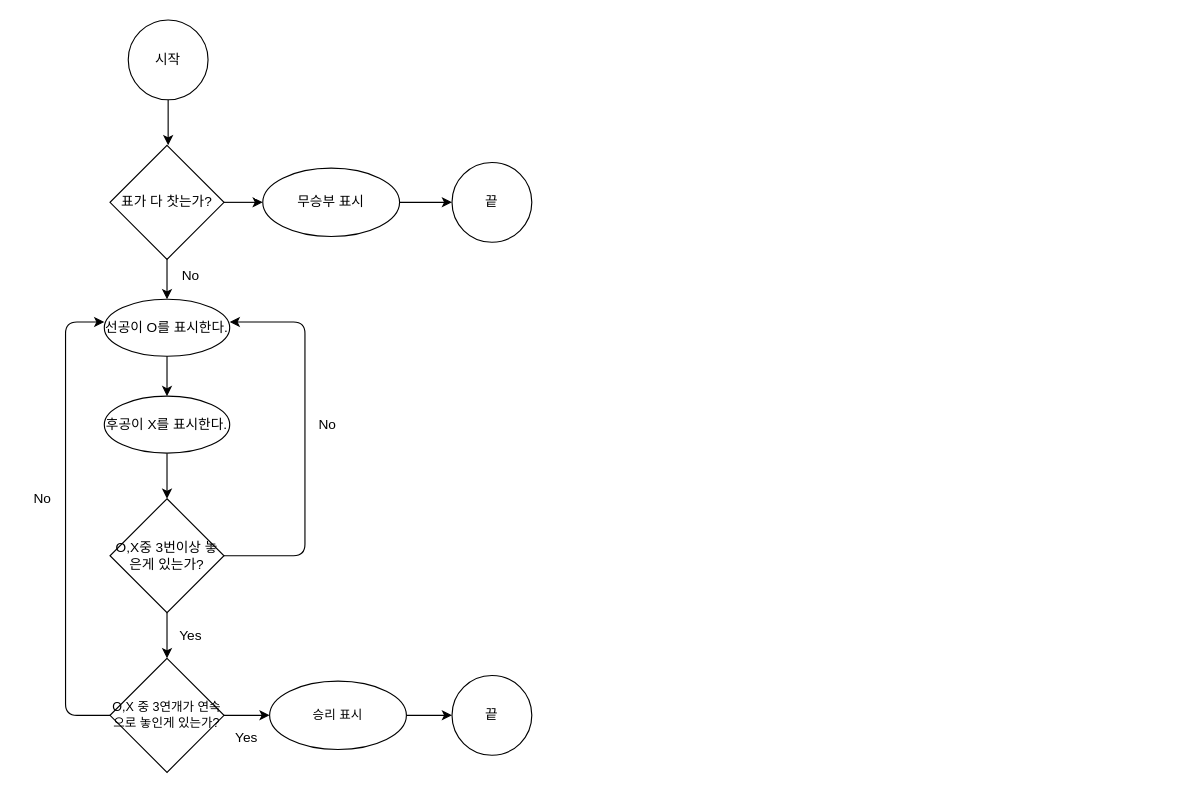
This is webGame/tictactoe/tictactoe.drawio from leesuun/vanilla-js, a draw.io file, before an edit. Source tidied: cells renumbered, new cells numbered last; positions are measured from the earlier drawing's top-left corner, leaving out a move shared by most shapes. Both pictures are drawn from the tidied source at 114%, with x=0, y=0 at pixel (19, 19).
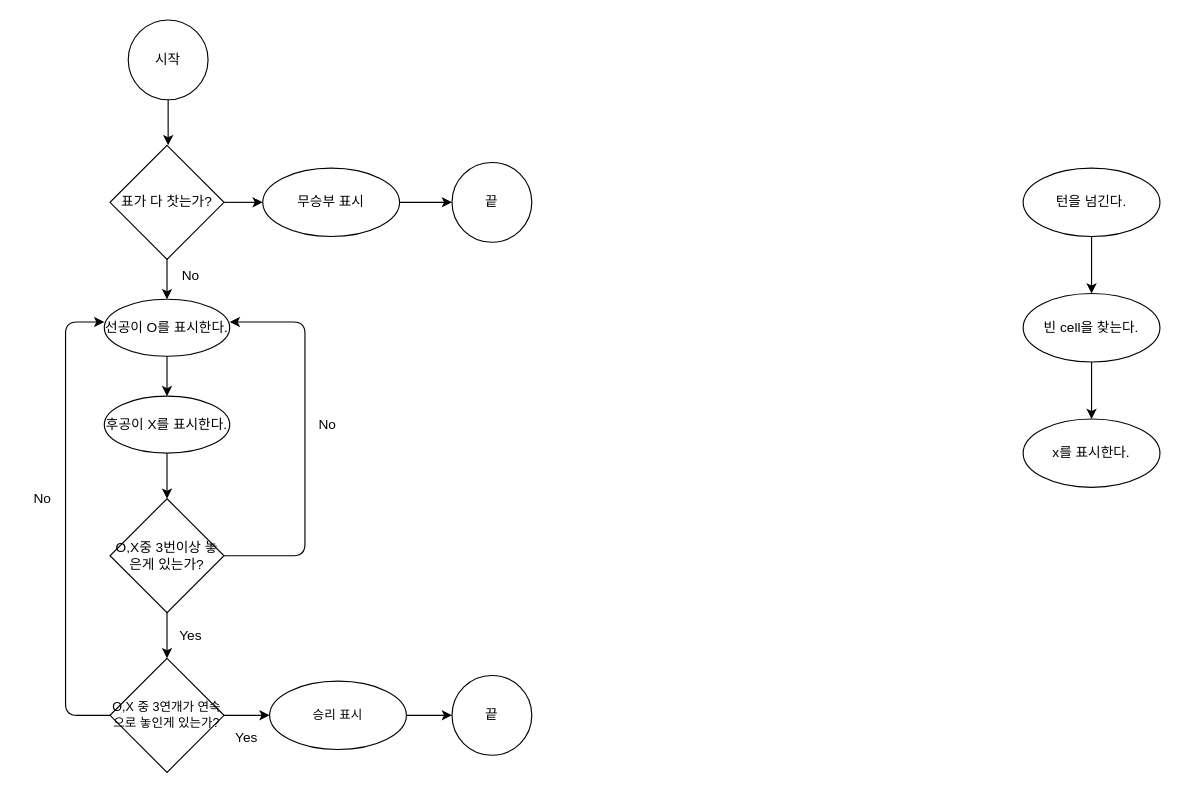
The same diagram, later.

Commit message (it also covers changes not shown here):
auto-tictactoe

Diff of the diagram source:
```diff
@@
+    <mxCell id="28" style="edgeStyle=none;html=1;" parent="1" edge="1" source="29" target="31">
+      <mxGeometry relative="1" as="geometry" />
+    </mxCell>
+    <mxCell id="29" value="턴을 넘긴다." style="ellipse;whiteSpace=wrap;html=1;" parent="1" vertex="1">
+      <mxGeometry x="880" y="130" width="120" height="60" as="geometry" />
+    </mxCell>
+    <mxCell id="30" style="edgeStyle=none;html=1;" parent="1" edge="1" source="31" target="32">
+      <mxGeometry relative="1" as="geometry" />
+    </mxCell>
+    <mxCell id="31" value="빈 cell을 찾는다." style="ellipse;whiteSpace=wrap;html=1;" parent="1" vertex="1">
+      <mxGeometry x="880" y="240" width="120" height="60" as="geometry" />
+    </mxCell>
+    <mxCell id="32" value="x를 표시한다." style="ellipse;whiteSpace=wrap;html=1;" parent="1" vertex="1">
+      <mxGeometry x="880" y="350" width="120" height="60" as="geometry" />
+    </mxCell>
```
